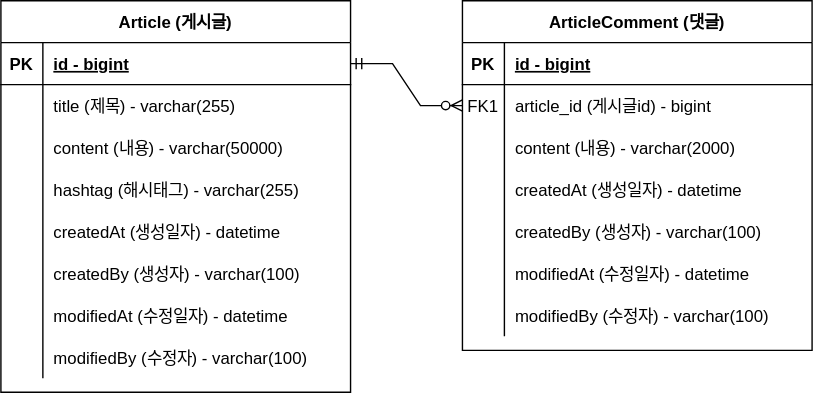
The draw.io diagram document/project-board-erd.svg in sungbae85/fastcampus-project-board, before a commit. Source tidied: cells renumbered, new cells last; positions are measured from the earlier drawing's top-left corner, leaving out a move shared by most shapes.
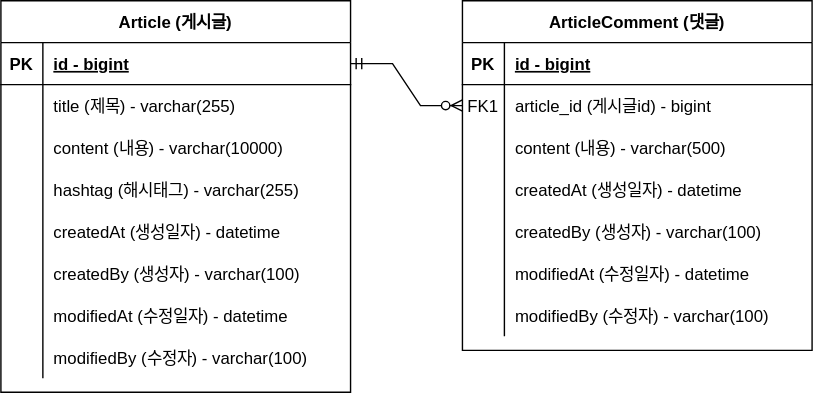
The same diagram one commit later.

Commit message:
#13-본문 두개의 사이즈를 각각 10,000  500으로 조정

What changed in the source:
```diff
@@ -29,7 +29,7 @@
     <mxCell id="10" style="shape=partialRectangle;overflow=hidden;fillColor=none;top=0;left=0;bottom=0;right=0;" parent="9" vertex="1">
       <mxGeometry width="30" height="30" as="geometry" />
     </mxCell>
-    <mxCell id="11" value="content (내용) - varchar(2000)" style="shape=partialRectangle;overflow=hidden;fillColor=none;top=0;left=0;bottom=0;right=0;align=left;spacingLeft=6;" parent="9" vertex="1">
+    <mxCell id="11" value="content (내용) - varchar(500)" style="shape=partialRectangle;overflow=hidden;fillColor=none;top=0;left=0;bottom=0;right=0;align=left;spacingLeft=6;" parent="9" vertex="1">
       <mxGeometry x="30" width="220" height="30" as="geometry" />
     </mxCell>
     <mxCell id="12" style="shape=partialRectangle;fillColor=none;top=0;left=0;right=0;bottom=0;" parent="2" vertex="1">
@@ -95,7 +95,7 @@
     <mxCell id="32" style="shape=partialRectangle;overflow=hidden;fillColor=none;top=0;left=0;bottom=0;right=0;" parent="31" vertex="1">
       <mxGeometry width="30" height="30" as="geometry" />
     </mxCell>
-    <mxCell id="33" value="content (내용) - varchar(50000)" style="shape=partialRectangle;overflow=hidden;fillColor=none;top=0;left=0;bottom=0;right=0;align=left;spacingLeft=6;" parent="31" vertex="1">
+    <mxCell id="33" value="content (내용) - varchar(10000)" style="shape=partialRectangle;overflow=hidden;fillColor=none;top=0;left=0;bottom=0;right=0;align=left;spacingLeft=6;" parent="31" vertex="1">
       <mxGeometry x="30" width="220" height="30" as="geometry" />
     </mxCell>
     <mxCell id="34" style="shape=partialRectangle;fillColor=none;top=0;left=0;right=0;bottom=0;" parent="24" vertex="1">
```
